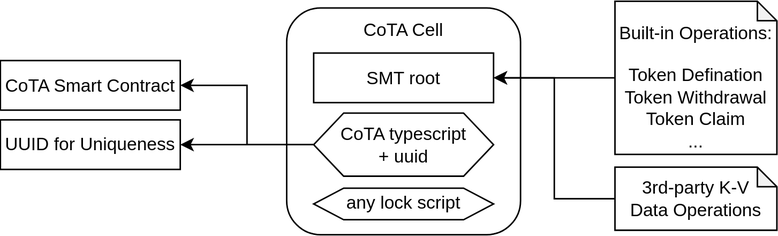
This is docs/images/cota_overview.svg from nervina-labs/cota-docs, a draw.io export, as it was before one commit. Source tidied: cells renumbered, new cells last; positions are measured from the earlier drawing's top-left corner, leaving out a move shared by most shapes.
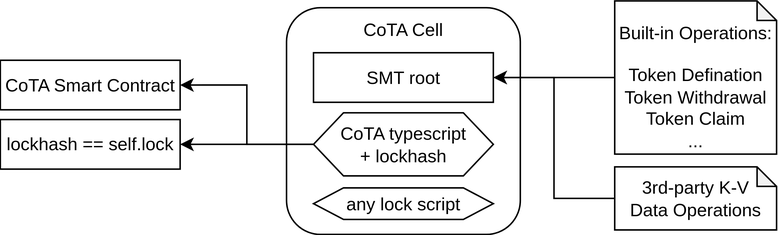
After the change.

Change to the diagram source:
```diff
@@ -20,7 +20,7 @@
     <mxCell id="7" style="edgeStyle=orthogonalEdgeStyle;rounded=0;jettySize=auto;html=1;exitX=0;exitY=0.5;exitDx=0;exitDy=0;entryX=1;entryY=0.5;entryDx=0;entryDy=0;" parent="1" edge="1" source="8" target="14">
       <mxGeometry relative="1" as="geometry" />
     </mxCell>
-    <mxCell id="8" value="CoTA typescript&lt;br&gt;+ uuid" style="shape=hexagon;perimeter=hexagonPerimeter2;whiteSpace=wrap;html=1;fixedSize=1;" parent="1" vertex="1">
+    <mxCell id="8" value="CoTA typescript&lt;br&gt;+ lockhash" style="shape=hexagon;perimeter=hexagonPerimeter2;whiteSpace=wrap;html=1;fixedSize=1;" parent="1" vertex="1">
       <mxGeometry x="209" y="75" width="120" height="42" as="geometry" />
     </mxCell>
     <mxCell id="9" style="edgeStyle=orthogonalEdgeStyle;rounded=0;jettySize=auto;html=1;" parent="1" edge="1" source="10" target="3">
@@ -38,7 +38,7 @@
     <mxCell id="13" value="CoTA Smart Contract" style="rounded=0;whiteSpace=wrap;html=1;" parent="1" vertex="1">
       <mxGeometry y="40" width="120" height="33" as="geometry" />
     </mxCell>
-    <mxCell id="14" value="UUID for Uniqueness" style="rounded=0;whiteSpace=wrap;html=1;" parent="1" vertex="1">
+    <mxCell id="14" value="lockhash == self.lock" style="rounded=0;whiteSpace=wrap;html=1;" parent="1" vertex="1">
       <mxGeometry y="79.5" width="120" height="33" as="geometry" />
     </mxCell>
   </root>
```
